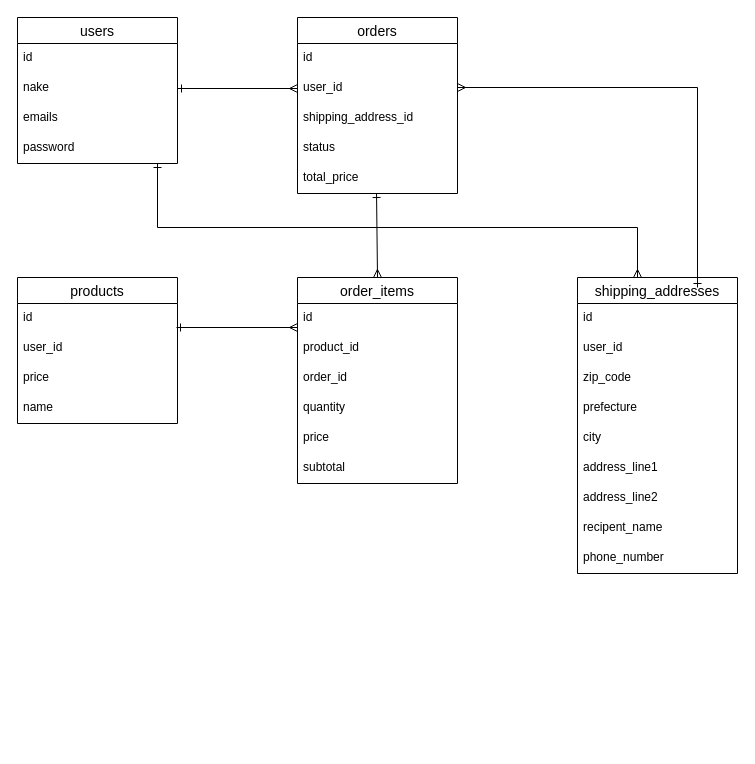
Before: furima_42053.dio in Haru-1210/furima-42053, a draw.io diagram. Source tidied: cells renumbered, new cells numbered last; positions are measured from the earlier drawing's top-left corner, leaving out a move shared by most shapes. Both pictures are drawn from the tidied source at 100%, with x=0, y=0 at pixel (17, 17).
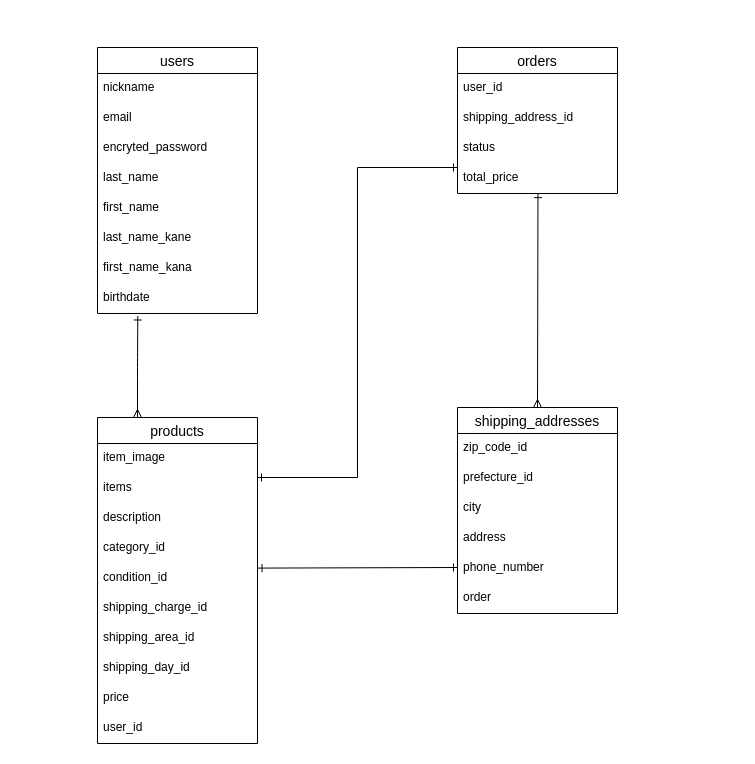
The same diagram, later.

Commit message (it also covers changes not shown here):
20250526_Mod:DB設計

The edit, as a diff of the source:
```diff
@@
     <mxCell id="2" value="users" style="swimlane;fontStyle=0;horizontal=1;startSize=26;align=center;fontSize=14;" parent="1" vertex="1">
-      <mxGeometry width="160" height="146" as="geometry" />
+      <mxGeometry x="80" y="30" width="160" height="266" as="geometry" />
     </mxCell>
-    <mxCell id="3" value="id" style="text;strokeColor=none;fillColor=none;spacingLeft=4;spacingRight=4;overflow=hidden;fontSize=12;whiteSpace=wrap;html=1;" parent="2" vertex="1">
-      <mxGeometry y="26" width="160" height="30" as="geometry" />
-    </mxCell>
-    <mxCell id="4" value="nake" style="text;strokeColor=none;fillColor=none;spacingLeft=4;spacingRight=4;overflow=hidden;points=[[0,0.5],[1,0.5]];portConstraint=eastwest;fontSize=12;whiteSpace=wrap;html=1;" parent="2" vertex="1">
-      <mxGeometry y="56" width="160" height="30" as="geometry" />
-    </mxCell>
-    <mxCell id="5" value="emails" style="text;strokeColor=none;fillColor=none;spacingLeft=4;spacingRight=4;overflow=hidden;fontSize=12;whiteSpace=wrap;html=1;" parent="2" vertex="1">
-      <mxGeometry y="86" width="160" height="30" as="geometry" />
+    <mxCell id="5" value="nickname" style="text;strokeColor=none;fillColor=none;spacingLeft=4;spacingRight=4;overflow=hidden;fontSize=12;whiteSpace=wrap;html=1;" parent="2" vertex="1">
+      <mxGeometry y="26" width="160" height="30" as="geometry" />
     </mxCell>
-    <mxCell id="6" value="password" style="text;strokeColor=none;fillColor=none;spacingLeft=4;spacingRight=4;overflow=hidden;fontSize=12;whiteSpace=wrap;html=1;" parent="2" vertex="1">
-      <mxGeometry y="116" width="160" height="30" as="geometry" />
-    </mxCell>
+    <mxCell id="40" value="email" style="text;strokeColor=none;fillColor=none;spacingLeft=4;spacingRight=4;overflow=hidden;fontSize=12;whiteSpace=wrap;html=1;" parent="2" vertex="1">
+      <mxGeometry y="56" width="160" height="30" as="geometry" />
+    </mxCell>
+    <mxCell id="41" value="encryted_password" style="text;strokeColor=none;fillColor=none;spacingLeft=4;spacingRight=4;overflow=hidden;fontSize=12;whiteSpace=wrap;html=1;" parent="2" vertex="1">
+      <mxGeometry y="86" width="160" height="30" as="geometry" />
+    </mxCell>
+    <mxCell id="42" value="last_name" style="text;strokeColor=none;fillColor=none;spacingLeft=4;spacingRight=4;overflow=hidden;fontSize=12;whiteSpace=wrap;html=1;" parent="2" vertex="1">
+      <mxGeometry y="116" width="160" height="30" as="geometry" />
+    </mxCell>
+    <mxCell id="43" value="first_name" style="text;strokeColor=none;fillColor=none;spacingLeft=4;spacingRight=4;overflow=hidden;fontSize=12;whiteSpace=wrap;html=1;" parent="2" vertex="1">
+      <mxGeometry y="146" width="160" height="30" as="geometry" />
+    </mxCell>
+    <mxCell id="44" value="last_name_kane" style="text;strokeColor=none;fillColor=none;spacingLeft=4;spacingRight=4;overflow=hidden;fontSize=12;whiteSpace=wrap;html=1;" parent="2" vertex="1">
+      <mxGeometry y="176" width="160" height="30" as="geometry" />
+    </mxCell>
+    <mxCell id="45" value="first_name_kana" style="text;strokeColor=none;fillColor=none;spacingLeft=4;spacingRight=4;overflow=hidden;fontSize=12;whiteSpace=wrap;html=1;" parent="2" vertex="1">
+      <mxGeometry y="206" width="160" height="30" as="geometry" />
+    </mxCell>
+    <mxCell id="46" value="birthdate" style="text;strokeColor=none;fillColor=none;spacingLeft=4;spacingRight=4;overflow=hidden;fontSize=12;whiteSpace=wrap;html=1;" parent="2" vertex="1">
+      <mxGeometry y="236" width="160" height="30" as="geometry" />
+    </mxCell>
     <mxCell id="7" value="products" style="swimlane;fontStyle=0;horizontal=1;startSize=26;align=center;fontSize=14;" parent="1" vertex="1">
-      <mxGeometry y="260" width="160" height="146" as="geometry" />
+      <mxGeometry x="80" y="400" width="160" height="326" as="geometry" />
     </mxCell>
-    <mxCell id="8" value="id" style="text;strokeColor=none;fillColor=none;spacingLeft=4;spacingRight=4;overflow=hidden;fontSize=12;whiteSpace=wrap;html=1;" parent="7" vertex="1">
-      <mxGeometry y="26" width="160" height="30" as="geometry" />
-    </mxCell>
-    <mxCell id="9" value="user_id" style="text;strokeColor=none;fillColor=none;spacingLeft=4;spacingRight=4;overflow=hidden;fontSize=12;whiteSpace=wrap;html=1;" parent="7" vertex="1">
-      <mxGeometry y="56" width="160" height="30" as="geometry" />
+    <mxCell id="9" value="item_image" style="text;strokeColor=none;fillColor=none;spacingLeft=4;spacingRight=4;overflow=hidden;fontSize=12;whiteSpace=wrap;html=1;" parent="7" vertex="1">
+      <mxGeometry y="26" width="160" height="30" as="geometry" />
     </mxCell>
-    <mxCell id="10" value="price" style="text;strokeColor=none;fillColor=none;spacingLeft=4;spacingRight=4;overflow=hidden;fontSize=12;whiteSpace=wrap;html=1;" parent="7" vertex="1">
-      <mxGeometry y="86" width="160" height="30" as="geometry" />
+    <mxCell id="10" value="items" style="text;strokeColor=none;fillColor=none;spacingLeft=4;spacingRight=4;overflow=hidden;fontSize=12;whiteSpace=wrap;html=1;" parent="7" vertex="1">
+      <mxGeometry y="56" width="160" height="30" as="geometry" />
     </mxCell>
-    <mxCell id="11" value="name" style="text;strokeColor=none;fillColor=none;spacingLeft=4;spacingRight=4;overflow=hidden;fontSize=12;whiteSpace=wrap;html=1;" parent="7" vertex="1">
-      <mxGeometry y="116" width="160" height="30" as="geometry" />
+    <mxCell id="11" value="description" style="text;strokeColor=none;fillColor=none;spacingLeft=4;spacingRight=4;overflow=hidden;fontSize=12;whiteSpace=wrap;html=1;" parent="7" vertex="1">
+      <mxGeometry y="86" width="160" height="30" as="geometry" />
     </mxCell>
+    <mxCell id="47" value="category_id" style="text;strokeColor=none;fillColor=none;spacingLeft=4;spacingRight=4;overflow=hidden;fontSize=12;whiteSpace=wrap;html=1;" parent="7" vertex="1">
+      <mxGeometry y="116" width="160" height="30" as="geometry" />
+    </mxCell>
+    <mxCell id="48" value="condition_id" style="text;strokeColor=none;fillColor=none;spacingLeft=4;spacingRight=4;overflow=hidden;fontSize=12;whiteSpace=wrap;html=1;" parent="7" vertex="1">
+      <mxGeometry y="146" width="160" height="30" as="geometry" />
+    </mxCell>
+    <mxCell id="49" value="shipping_charge_id" style="text;strokeColor=none;fillColor=none;spacingLeft=4;spacingRight=4;overflow=hidden;fontSize=12;whiteSpace=wrap;html=1;" parent="7" vertex="1">
+      <mxGeometry y="176" width="160" height="30" as="geometry" />
+    </mxCell>
+    <mxCell id="50" value="shipping_area_id" style="text;strokeColor=none;fillColor=none;spacingLeft=4;spacingRight=4;overflow=hidden;fontSize=12;whiteSpace=wrap;html=1;" parent="7" vertex="1">
+      <mxGeometry y="206" width="160" height="30" as="geometry" />
+    </mxCell>
+    <mxCell id="51" value="shipping_day_id" style="text;strokeColor=none;fillColor=none;spacingLeft=4;spacingRight=4;overflow=hidden;fontSize=12;whiteSpace=wrap;html=1;" parent="7" vertex="1">
+      <mxGeometry y="236" width="160" height="30" as="geometry" />
+    </mxCell>
+    <mxCell id="23" value="price" style="text;strokeColor=none;fillColor=none;spacingLeft=4;spacingRight=4;overflow=hidden;fontSize=12;whiteSpace=wrap;html=1;" parent="7" vertex="1">
+      <mxGeometry y="266" width="160" height="30" as="geometry" />
+    </mxCell>
+    <mxCell id="52" value="user_id" style="text;strokeColor=none;fillColor=none;spacingLeft=4;spacingRight=4;overflow=hidden;fontSize=12;whiteSpace=wrap;html=1;" parent="7" vertex="1">
+      <mxGeometry y="296" width="160" height="30" as="geometry" />
+    </mxCell>
     <mxCell id="12" value="orders" style="swimlane;fontStyle=0;horizontal=1;startSize=26;align=center;fontSize=14;" parent="1" vertex="1">
-      <mxGeometry x="280" width="160" height="176" as="geometry" />
+      <mxGeometry x="440" y="30" width="160" height="146" as="geometry" />
     </mxCell>
-    <mxCell id="13" value="id" style="text;strokeColor=none;fillColor=none;spacingLeft=4;spacingRight=4;overflow=hidden;fontSize=12;whiteSpace=wrap;html=1;" parent="12" vertex="1">
-      <mxGeometry y="26" width="160" height="30" as="geometry" />
-    </mxCell>
     <mxCell id="14" value="user_id" style="text;strokeColor=none;fillColor=none;spacingLeft=4;spacingRight=4;overflow=hidden;points=[[0,0.5],[1,0.5]];portConstraint=eastwest;fontSize=12;whiteSpace=wrap;html=1;" parent="12" vertex="1">
-      <mxGeometry y="56" width="160" height="30" as="geometry" />
+      <mxGeometry y="26" width="160" height="30" as="geometry" />
     </mxCell>
     <mxCell id="15" value="shipping_address_id" style="text;strokeColor=none;fillColor=none;spacingLeft=4;spacingRight=4;overflow=hidden;fontSize=12;whiteSpace=wrap;html=1;" parent="12" vertex="1">
-      <mxGeometry y="86" width="160" height="30" as="geometry" />
+      <mxGeometry y="56" width="160" height="30" as="geometry" />
     </mxCell>
     <mxCell id="16" value="status" style="text;strokeColor=none;fillColor=none;spacingLeft=4;spacingRight=4;overflow=hidden;fontSize=12;whiteSpace=wrap;html=1;" parent="12" vertex="1">
-      <mxGeometry y="116" width="160" height="30" as="geometry" />
+      <mxGeometry y="86" width="160" height="30" as="geometry" />
     </mxCell>
     <mxCell id="17" value="total_price" style="text;strokeColor=none;fillColor=none;spacingLeft=4;spacingRight=4;overflow=hidden;points=[[0,0.5],[1,0.5]];portConstraint=eastwest;fontSize=12;whiteSpace=wrap;html=1;" parent="12" vertex="1">
-      <mxGeometry y="146" width="160" height="30" as="geometry" />
+      <mxGeometry y="116" width="160" height="30" as="geometry" />
     </mxCell>
-    <mxCell id="18" value="order_items" style="swimlane;fontStyle=0;horizontal=1;startSize=26;align=center;fontSize=14;" parent="1" vertex="1">
-      <mxGeometry x="280" y="260" width="160" height="206" as="geometry" />
-    </mxCell>
-    <mxCell id="19" value="id" style="text;strokeColor=none;fillColor=none;spacingLeft=4;spacingRight=4;overflow=hidden;points=[[0,0.5],[1,0.5]];portConstraint=eastwest;fontSize=12;whiteSpace=wrap;html=1;" parent="18" vertex="1">
-      <mxGeometry y="26" width="160" height="30" as="geometry" />
-    </mxCell>
-    <mxCell id="20" value="product_id" style="text;strokeColor=none;fillColor=none;spacingLeft=4;spacingRight=4;overflow=hidden;fontSize=12;whiteSpace=wrap;html=1;" parent="18" vertex="1">
-      <mxGeometry y="56" width="160" height="30" as="geometry" />
-    </mxCell>
-    <mxCell id="21" value="order_id" style="text;strokeColor=none;fillColor=none;spacingLeft=4;spacingRight=4;overflow=hidden;fontSize=12;whiteSpace=wrap;html=1;" parent="18" vertex="1">
-      <mxGeometry y="86" width="160" height="30" as="geometry" />
-    </mxCell>
-    <mxCell id="22" value="quantity" style="text;strokeColor=none;fillColor=none;spacingLeft=4;spacingRight=4;overflow=hidden;fontSize=12;whiteSpace=wrap;html=1;" parent="18" vertex="1">
-      <mxGeometry y="116" width="160" height="30" as="geometry" />
-    </mxCell>
-    <mxCell id="23" value="price" style="text;strokeColor=none;fillColor=none;spacingLeft=4;spacingRight=4;overflow=hidden;fontSize=12;whiteSpace=wrap;html=1;" parent="18" vertex="1">
-      <mxGeometry y="146" width="160" height="30" as="geometry" />
-    </mxCell>
-    <mxCell id="24" value="subtotal" style="text;strokeColor=none;fillColor=none;spacingLeft=4;spacingRight=4;overflow=hidden;fontSize=12;whiteSpace=wrap;html=1;" parent="18" vertex="1">
-      <mxGeometry y="176" width="160" height="30" as="geometry" />
-    </mxCell>
     <mxCell id="25" value="shipping_addresses" style="swimlane;fontStyle=0;horizontal=1;startSize=26;align=center;fontSize=14;" parent="1" vertex="1">
-      <mxGeometry x="560" y="260" width="160" height="296" as="geometry" />
+      <mxGeometry x="440" y="390" width="160" height="206" as="geometry" />
     </mxCell>
-    <mxCell id="26" value="id" style="text;strokeColor=none;fillColor=none;spacingLeft=4;spacingRight=4;overflow=hidden;fontSize=12;whiteSpace=wrap;html=1;" parent="25" vertex="1">
-      <mxGeometry y="26" width="160" height="30" as="geometry" />
-    </mxCell>
-    <mxCell id="27" value="user_id" style="text;strokeColor=none;fillColor=none;spacingLeft=4;spacingRight=4;overflow=hidden;fontSize=12;whiteSpace=wrap;html=1;" parent="25" vertex="1">
-      <mxGeometry y="56" width="160" height="30" as="geometry" />
-    </mxCell>
-    <mxCell id="28" value="zip_code" style="text;strokeColor=none;fillColor=none;spacingLeft=4;spacingRight=4;overflow=hidden;fontSize=12;whiteSpace=wrap;html=1;" parent="25" vertex="1">
-      <mxGeometry y="86" width="160" height="30" as="geometry" />
+    <mxCell id="28" value="zip_code_id" style="text;strokeColor=none;fillColor=none;spacingLeft=4;spacingRight=4;overflow=hidden;fontSize=12;whiteSpace=wrap;html=1;" parent="25" vertex="1">
+      <mxGeometry y="26" width="160" height="30" as="geometry" />
     </mxCell>
-    <mxCell id="29" value="prefecture" style="text;strokeColor=none;fillColor=none;spacingLeft=4;spacingRight=4;overflow=hidden;fontSize=12;whiteSpace=wrap;html=1;" parent="25" vertex="1">
-      <mxGeometry y="116" width="160" height="30" as="geometry" />
+    <mxCell id="29" value="prefecture_id" style="text;strokeColor=none;fillColor=none;spacingLeft=4;spacingRight=4;overflow=hidden;fontSize=12;whiteSpace=wrap;html=1;" parent="25" vertex="1">
+      <mxGeometry y="56" width="160" height="30" as="geometry" />
     </mxCell>
     <mxCell id="30" value="city" style="text;strokeColor=none;fillColor=none;spacingLeft=4;spacingRight=4;overflow=hidden;fontSize=12;whiteSpace=wrap;html=1;" parent="25" vertex="1">
-      <mxGeometry y="146" width="160" height="30" as="geometry" />
+      <mxGeometry y="86" width="160" height="30" as="geometry" />
     </mxCell>
-    <mxCell id="31" value="address_line1" style="text;strokeColor=none;fillColor=none;spacingLeft=4;spacingRight=4;overflow=hidden;fontSize=12;whiteSpace=wrap;html=1;" parent="25" vertex="1">
-      <mxGeometry y="176" width="160" height="30" as="geometry" />
+    <mxCell id="31" value="address" style="text;strokeColor=none;fillColor=none;spacingLeft=4;spacingRight=4;overflow=hidden;fontSize=12;whiteSpace=wrap;html=1;" parent="25" vertex="1">
+      <mxGeometry y="116" width="160" height="30" as="geometry" />
     </mxCell>
-    <mxCell id="32" value="address_line2" style="text;strokeColor=none;fillColor=none;spacingLeft=4;spacingRight=4;overflow=hidden;fontSize=12;whiteSpace=wrap;html=1;" parent="25" vertex="1">
-      <mxGeometry y="206" width="160" height="30" as="geometry" />
-    </mxCell>
-    <mxCell id="33" value="recipent_name" style="text;strokeColor=none;fillColor=none;spacingLeft=4;spacingRight=4;overflow=hidden;fontSize=12;whiteSpace=wrap;html=1;" parent="25" vertex="1">
-      <mxGeometry y="236" width="160" height="30" as="geometry" />
-    </mxCell>
     <mxCell id="34" value="phone_number" style="text;strokeColor=none;fillColor=none;spacingLeft=4;spacingRight=4;overflow=hidden;fontSize=12;whiteSpace=wrap;html=1;" parent="25" vertex="1">
-      <mxGeometry y="266" width="160" height="30" as="geometry" />
+      <mxGeometry y="146" width="160" height="30" as="geometry" />
     </mxCell>
-    <mxCell id="35" style="edgeStyle=none;html=1;exitX=1;exitY=0.5;exitDx=0;exitDy=0;entryX=0;entryY=0.5;entryDx=0;entryDy=0;startArrow=ERone;startFill=0;endArrow=ERmany;endFill=0;" parent="1" edge="1" source="4" target="14">
-      <mxGeometry relative="1" as="geometry" />
-    </mxCell>
-    <mxCell id="36" style="edgeStyle=elbowEdgeStyle;html=1;exitX=1;exitY=0.5;exitDx=0;exitDy=0;rounded=0;elbow=vertical;startArrow=ERone;startFill=0;endArrow=ERmany;endFill=0;" parent="1" edge="1">
-      <mxGeometry relative="1" as="geometry">
-        <mxPoint x="140" y="146" as="sourcePoint" />
-        <mxPoint x="620" y="260" as="targetPoint" />
-        <Array as="points">
-          <mxPoint x="390" y="210" />
-        </Array>
-      </mxGeometry>
-    </mxCell>
-    <mxCell id="37" style="edgeStyle=none;html=1;entryX=0;entryY=0.8;entryDx=0;entryDy=0;entryPerimeter=0;startArrow=ERone;startFill=0;endArrow=ERmany;endFill=0;" parent="1" edge="1" target="19">
-      <mxGeometry relative="1" as="geometry">
-        <mxPoint x="159" y="310" as="sourcePoint" />
-      </mxGeometry>
-    </mxCell>
-    <mxCell id="38" style="edgeStyle=none;html=1;entryX=0.5;entryY=0;entryDx=0;entryDy=0;startArrow=ERone;startFill=0;endArrow=ERmany;endFill=0;exitX=0.494;exitY=1;exitDx=0;exitDy=0;exitPerimeter=0;" parent="1" edge="1" source="17" target="18">
-      <mxGeometry relative="1" as="geometry" />
-    </mxCell>
-    <mxCell id="39" style="edgeStyle=orthogonalEdgeStyle;html=1;exitX=0.75;exitY=0;exitDx=0;exitDy=0;entryX=1;entryY=0.133;entryDx=0;entryDy=0;entryPerimeter=0;rounded=0;curved=0;startArrow=ERone;startFill=0;endArrow=ERmany;endFill=0;" parent="1" edge="1">
-      <mxGeometry relative="1" as="geometry">
-        <mxPoint x="680" y="270" as="sourcePoint" />
-        <mxPoint x="440" y="70" as="targetPoint" />
-        <Array as="points">
-          <mxPoint x="680" y="70" />
-        </Array>
-      </mxGeometry>
-    </mxCell>
+    <mxCell id="27" value="order" style="text;strokeColor=none;fillColor=none;spacingLeft=4;spacingRight=4;overflow=hidden;fontSize=12;whiteSpace=wrap;html=1;" parent="25" vertex="1">
+      <mxGeometry y="176" width="160" height="30" as="geometry" />
+    </mxCell>
+    <mxCell id="53" style="edgeStyle=none;html=1;exitX=0.502;exitY=1.083;exitDx=0;exitDy=0;entryX=0.5;entryY=0;entryDx=0;entryDy=0;exitPerimeter=0;startArrow=ERone;startFill=0;endArrow=ERmany;endFill=0;" parent="1" edge="1">
+      <mxGeometry relative="1" as="geometry">
+        <mxPoint x="120.3" y="298.5" as="sourcePoint" />
+        <mxPoint x="120" y="400" as="targetPoint" />
+        <Array as="points">
+          <mxPoint x="120" y="350" />
+        </Array>
+      </mxGeometry>
+    </mxCell>
+    <mxCell id="54" style="edgeStyle=elbowEdgeStyle;html=1;exitX=0;exitY=0.5;exitDx=0;exitDy=0;entryX=1;entryY=0.5;entryDx=0;entryDy=0;rounded=0;startArrow=ERone;startFill=0;endArrow=ERone;endFill=0;" parent="1" edge="1">
+      <mxGeometry relative="1" as="geometry">
+        <mxPoint x="440" y="150" as="sourcePoint" />
+        <mxPoint x="240" y="460" as="targetPoint" />
+      </mxGeometry>
+    </mxCell>
+    <mxCell id="55" style="edgeStyle=none;html=1;exitX=0.503;exitY=1.005;exitDx=0;exitDy=0;entryX=0.5;entryY=0;entryDx=0;entryDy=0;exitPerimeter=0;startArrow=ERone;startFill=0;endArrow=ERmany;endFill=0;" parent="1" edge="1" source="17" target="25">
+      <mxGeometry relative="1" as="geometry" />
+    </mxCell>
+    <mxCell id="56" style="edgeStyle=none;html=1;exitX=1;exitY=0.5;exitDx=0;exitDy=0;entryX=-0.003;entryY=0.814;entryDx=0;entryDy=0;entryPerimeter=0;startArrow=ERone;startFill=0;endArrow=ERone;endFill=0;" parent="1" edge="1">
+      <mxGeometry relative="1" as="geometry">
+        <mxPoint x="240.5" y="550.6" as="sourcePoint" />
+        <mxPoint x="440" y="550" as="targetPoint" />
+      </mxGeometry>
+    </mxCell>
```
